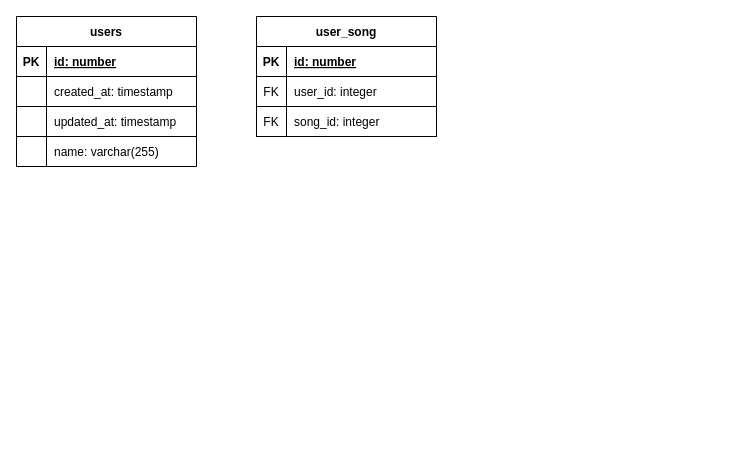
Earlier version of the draw.io diagram Untitled Diagram.drawio (alecdiaz1/rainify). Source tidied: cells renumbered, new cells numbered last; positions are measured from the earlier drawing's top-left corner, leaving out a move shared by most shapes. Both pictures are drawn from the tidied source at 100%, with x=0, y=0 at pixel (16, 16).
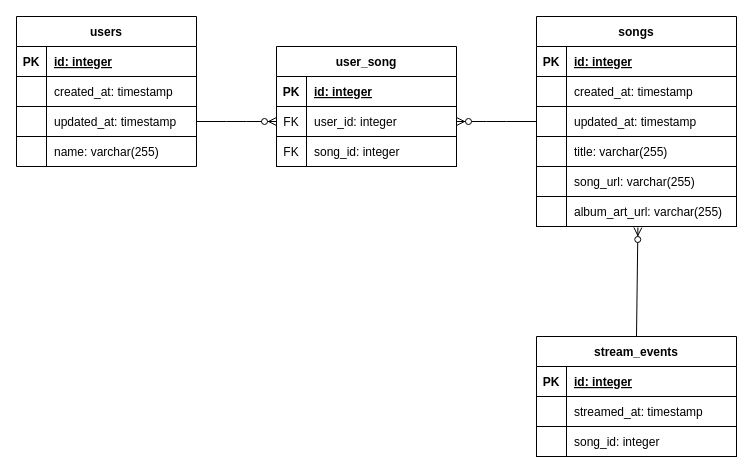
The same diagram, later.

Commit message:
docs: add existing tables to ERD.drawio

The change refers to these unchanged cells:
```xml
<mxCell id="3" style="shape=tableRow;horizontal=0;startSize=0;swimlaneHead=0;swimlaneBody=0;fillColor=none;top=0;left=0;right=0;bottom=1;rounded=0;sketch=0;" parent="2" vertex="1">
  <mxGeometry y="30" width="180" height="30" as="geometry" />
</mxCell>
<mxCell id="9" style="shape=tableRow;horizontal=0;startSize=0;swimlaneHead=0;swimlaneBody=0;fillColor=none;points=[[0,0.5],[1,0.5]];portConstraint=eastwest;top=0;left=0;right=0;bottom=1;rounded=0;sketch=0;" parent="2" vertex="1">
  <mxGeometry y="90" width="180" height="30" as="geometry" />
</mxCell>
<mxCell id="16" style="shape=tableRow;horizontal=0;startSize=0;swimlaneHead=0;swimlaneBody=0;fillColor=none;top=0;left=0;right=0;bottom=1;rounded=0;sketch=0;" parent="15" vertex="1">
  <mxGeometry y="30" width="180" height="30" as="geometry" />
</mxCell>
<mxCell id="19" style="shape=tableRow;horizontal=0;startSize=0;swimlaneHead=0;swimlaneBody=0;fillColor=none;points=[[0,0.5],[1,0.5]];portConstraint=eastwest;top=0;left=0;right=0;bottom=1;rounded=0;sketch=0;" parent="15" vertex="1">
  <mxGeometry y="60" width="180" height="30" as="geometry" />
</mxCell>
```

Diff of the diagram source:
```diff
@@
-    <mxCell id="5" value="id: number" style="shape=partialRectangle;fillColor=none;top=0;left=0;bottom=0;right=0;align=left;spacingLeft=6;fontStyle=5;overflow=hidden;rounded=0;sketch=0;" parent="3" vertex="1">
+    <mxCell id="5" value="id: integer" style="shape=partialRectangle;fillColor=none;top=0;left=0;bottom=0;right=0;align=left;spacingLeft=6;fontStyle=5;overflow=hidden;rounded=0;sketch=0;" parent="3" vertex="1">
       <mxGeometry x="30" width="150" height="30" as="geometry" />
     </mxCell>
@@
     <mxCell id="15" value="user_song" style="shape=table;startSize=30;childLayout=tableLayout;rowLines=0;fontStyle=1;align=center;rounded=0;sketch=0;" parent="1" vertex="1">
-      <mxGeometry x="240" width="180" height="120" as="geometry" />
+      <mxGeometry x="260" y="30" width="180" height="120" as="geometry" />
     </mxCell>
@@
-    <mxCell id="18" value="id: number" style="shape=partialRectangle;fillColor=none;top=0;left=0;bottom=0;right=0;align=left;spacingLeft=6;fontStyle=5;overflow=hidden;rounded=0;sketch=0;" parent="16" vertex="1">
+    <mxCell id="18" value="id: integer" style="shape=partialRectangle;fillColor=none;top=0;left=0;bottom=0;right=0;align=left;spacingLeft=6;fontStyle=5;overflow=hidden;rounded=0;sketch=0;" parent="16" vertex="1">
       <mxGeometry x="30" width="150" height="30" as="geometry" />
     </mxCell>
@@
+    <mxCell id="25" value="songs" style="shape=table;startSize=30;childLayout=tableLayout;rowLines=0;fontStyle=1;align=center;rounded=0;sketch=0;" parent="1" vertex="1">
+      <mxGeometry x="520" width="200" height="210" as="geometry" />
+    </mxCell>
+    <mxCell id="26" style="shape=tableRow;horizontal=0;startSize=0;swimlaneHead=0;swimlaneBody=0;fillColor=none;top=0;left=0;right=0;bottom=1;rounded=0;sketch=0;" parent="25" vertex="1">
+      <mxGeometry y="30" width="200" height="30" as="geometry" />
+    </mxCell>
+    <mxCell id="27" value="PK" style="shape=partialRectangle;fillColor=none;top=0;left=0;bottom=0;right=0;fontStyle=1;overflow=hidden;rounded=0;sketch=0;" parent="26" vertex="1">
+      <mxGeometry width="30" height="30" as="geometry" />
+    </mxCell>
+    <mxCell id="28" value="id: integer" style="shape=partialRectangle;fillColor=none;top=0;left=0;bottom=0;right=0;align=left;spacingLeft=6;fontStyle=5;overflow=hidden;rounded=0;sketch=0;" parent="26" vertex="1">
+      <mxGeometry x="30" width="170" height="30" as="geometry" />
+    </mxCell>
+    <mxCell id="29" style="shape=tableRow;horizontal=0;startSize=0;swimlaneHead=0;swimlaneBody=0;fillColor=none;top=0;left=0;right=0;bottom=1;rounded=0;sketch=0;" parent="25" vertex="1">
+      <mxGeometry y="60" width="200" height="30" as="geometry" />
+    </mxCell>
+    <mxCell id="30" style="shape=partialRectangle;fillColor=none;top=0;left=0;bottom=0;right=0;fontStyle=1;overflow=hidden;rounded=0;sketch=0;" parent="29" vertex="1">
+      <mxGeometry width="30" height="30" as="geometry" />
+    </mxCell>
+    <mxCell id="31" value="created_at: timestamp" style="shape=partialRectangle;fillColor=none;top=0;left=0;bottom=0;right=0;align=left;spacingLeft=6;fontStyle=0;overflow=hidden;rounded=0;sketch=0;" parent="29" vertex="1">
+      <mxGeometry x="30" width="170" height="30" as="geometry" />
+    </mxCell>
+    <mxCell id="32" style="shape=tableRow;horizontal=0;startSize=0;swimlaneHead=0;swimlaneBody=0;fillColor=none;points=[[0,0.5],[1,0.5]];portConstraint=eastwest;top=0;left=0;right=0;bottom=1;rounded=0;sketch=0;" parent="25" vertex="1">
+      <mxGeometry y="90" width="200" height="30" as="geometry" />
+    </mxCell>
+    <mxCell id="33" style="shape=partialRectangle;fillColor=none;top=0;left=0;bottom=0;right=0;fontStyle=1;overflow=hidden;rounded=0;sketch=0;" parent="32" vertex="1">
+      <mxGeometry width="30" height="30" as="geometry" />
+    </mxCell>
+    <mxCell id="34" value="updated_at: timestamp" style="shape=partialRectangle;fillColor=none;top=0;left=0;bottom=0;right=0;align=left;spacingLeft=6;fontStyle=0;overflow=hidden;rounded=0;sketch=0;" parent="32" vertex="1">
+      <mxGeometry x="30" width="170" height="30" as="geometry" />
+    </mxCell>
+    <mxCell id="35" style="shape=tableRow;horizontal=0;startSize=0;swimlaneHead=0;swimlaneBody=0;fillColor=none;top=0;left=0;right=0;bottom=1;rounded=0;sketch=0;" parent="25" vertex="1">
+      <mxGeometry y="120" width="200" height="30" as="geometry" />
+    </mxCell>
+    <mxCell id="36" style="shape=partialRectangle;fillColor=none;top=0;left=0;bottom=0;right=0;fontStyle=1;overflow=hidden;rounded=0;sketch=0;" parent="35" vertex="1">
+      <mxGeometry width="30" height="30" as="geometry" />
+    </mxCell>
+    <mxCell id="37" value="title: varchar(255)" style="shape=partialRectangle;fillColor=none;top=0;left=0;bottom=0;right=0;align=left;spacingLeft=6;fontStyle=0;overflow=hidden;rounded=0;sketch=0;" parent="35" vertex="1">
+      <mxGeometry x="30" width="170" height="30" as="geometry" />
+    </mxCell>
+    <mxCell id="38" style="shape=tableRow;horizontal=0;startSize=0;swimlaneHead=0;swimlaneBody=0;fillColor=none;top=0;left=0;right=0;bottom=1;rounded=0;sketch=0;" parent="25" vertex="1">
+      <mxGeometry y="150" width="200" height="30" as="geometry" />
+    </mxCell>
+    <mxCell id="39" style="shape=partialRectangle;fillColor=none;top=0;left=0;bottom=0;right=0;fontStyle=1;overflow=hidden;rounded=0;sketch=0;" parent="38" vertex="1">
+      <mxGeometry width="30" height="30" as="geometry" />
+    </mxCell>
+    <mxCell id="40" value="song_url: varchar(255)" style="shape=partialRectangle;fillColor=none;top=0;left=0;bottom=0;right=0;align=left;spacingLeft=6;fontStyle=0;overflow=hidden;rounded=0;sketch=0;" parent="38" vertex="1">
+      <mxGeometry x="30" width="170" height="30" as="geometry" />
+    </mxCell>
+    <mxCell id="41" style="shape=tableRow;horizontal=0;startSize=0;swimlaneHead=0;swimlaneBody=0;fillColor=none;points=[[0,0.5],[1,0.5]];portConstraint=eastwest;top=0;left=0;right=0;bottom=1;rounded=0;sketch=0;" parent="25" vertex="1">
+      <mxGeometry y="180" width="200" height="30" as="geometry" />
+    </mxCell>
+    <mxCell id="42" style="shape=partialRectangle;fillColor=none;top=0;left=0;bottom=0;right=0;fontStyle=1;overflow=hidden;rounded=0;sketch=0;" parent="41" vertex="1">
+      <mxGeometry width="30" height="30" as="geometry" />
+    </mxCell>
+    <mxCell id="43" value="album_art_url: varchar(255)" style="shape=partialRectangle;fillColor=none;top=0;left=0;bottom=0;right=0;align=left;spacingLeft=6;fontStyle=0;overflow=hidden;rounded=0;sketch=0;" parent="41" vertex="1">
+      <mxGeometry x="30" width="170" height="30" as="geometry" />
+    </mxCell>
+    <mxCell id="44" value="stream_events" style="shape=table;startSize=30;childLayout=tableLayout;rowLines=0;fontStyle=1;align=center;rounded=0;sketch=0;" parent="1" vertex="1">
+      <mxGeometry x="520" y="320" width="200" height="120" as="geometry" />
+    </mxCell>
+    <mxCell id="45" style="shape=tableRow;horizontal=0;startSize=0;swimlaneHead=0;swimlaneBody=0;fillColor=none;top=0;left=0;right=0;bottom=1;rounded=0;sketch=0;" parent="44" vertex="1">
+      <mxGeometry y="30" width="200" height="30" as="geometry" />
+    </mxCell>
+    <mxCell id="46" value="PK" style="shape=partialRectangle;fillColor=none;top=0;left=0;bottom=0;right=0;fontStyle=1;overflow=hidden;rounded=0;sketch=0;" parent="45" vertex="1">
+      <mxGeometry width="30" height="30" as="geometry" />
+    </mxCell>
+    <mxCell id="47" value="id: integer" style="shape=partialRectangle;fillColor=none;top=0;left=0;bottom=0;right=0;align=left;spacingLeft=6;fontStyle=5;overflow=hidden;rounded=0;sketch=0;" parent="45" vertex="1">
+      <mxGeometry x="30" width="170" height="30" as="geometry" />
+    </mxCell>
+    <mxCell id="48" style="shape=tableRow;horizontal=0;startSize=0;swimlaneHead=0;swimlaneBody=0;fillColor=none;top=0;left=0;right=0;bottom=1;rounded=0;sketch=0;" parent="44" vertex="1">
+      <mxGeometry y="60" width="200" height="30" as="geometry" />
+    </mxCell>
+    <mxCell id="49" style="shape=partialRectangle;fillColor=none;top=0;left=0;bottom=0;right=0;fontStyle=1;overflow=hidden;rounded=0;sketch=0;" parent="48" vertex="1">
+      <mxGeometry width="30" height="30" as="geometry" />
+    </mxCell>
+    <mxCell id="50" value="streamed_at: timestamp" style="shape=partialRectangle;fillColor=none;top=0;left=0;bottom=0;right=0;align=left;spacingLeft=6;fontStyle=0;overflow=hidden;rounded=0;sketch=0;" parent="48" vertex="1">
+      <mxGeometry x="30" width="170" height="30" as="geometry" />
+    </mxCell>
+    <mxCell id="51" style="shape=tableRow;horizontal=0;startSize=0;swimlaneHead=0;swimlaneBody=0;fillColor=none;top=0;left=0;right=0;bottom=1;rounded=0;sketch=0;" parent="44" vertex="1">
+      <mxGeometry y="90" width="200" height="30" as="geometry" />
+    </mxCell>
+    <mxCell id="52" style="shape=partialRectangle;fillColor=none;top=0;left=0;bottom=0;right=0;fontStyle=1;overflow=hidden;rounded=0;sketch=0;" parent="51" vertex="1">
+      <mxGeometry width="30" height="30" as="geometry" />
+    </mxCell>
+    <mxCell id="53" value="song_id: integer" style="shape=partialRectangle;fillColor=none;top=0;left=0;bottom=0;right=0;align=left;spacingLeft=6;fontStyle=0;overflow=hidden;rounded=0;sketch=0;" parent="51" vertex="1">
+      <mxGeometry x="30" width="170" height="30" as="geometry" />
+    </mxCell>
+    <mxCell id="54" style="edgeStyle=entityRelationEdgeStyle;fontSize=12;html=1;endArrow=ERzeroToMany;endFill=1;rounded=0;entryX=0;entryY=0.5;entryDx=0;entryDy=0;" parent="1" edge="1" source="9" target="19">
+      <mxGeometry relative="1" as="geometry" />
+    </mxCell>
+    <mxCell id="55" style="edgeStyle=entityRelationEdgeStyle;fontSize=12;html=1;endArrow=ERzeroToMany;endFill=1;rounded=0;entryX=1;entryY=0.5;entryDx=0;entryDy=0;exitX=0;exitY=0.5;exitDx=0;exitDy=0;" parent="1" edge="1" source="32" target="19">
+      <mxGeometry relative="1" as="geometry" />
+    </mxCell>
+    <mxCell id="56" style="fontSize=12;html=1;endArrow=ERzeroToMany;endFill=1;rounded=0;exitX=0.5;exitY=0;exitDx=0;exitDy=0;entryX=0.507;entryY=1.033;entryDx=0;entryDy=0;entryPerimeter=0;" parent="1" edge="1" source="44" target="41">
+      <mxGeometry relative="1" as="geometry" />
+    </mxCell>
```
